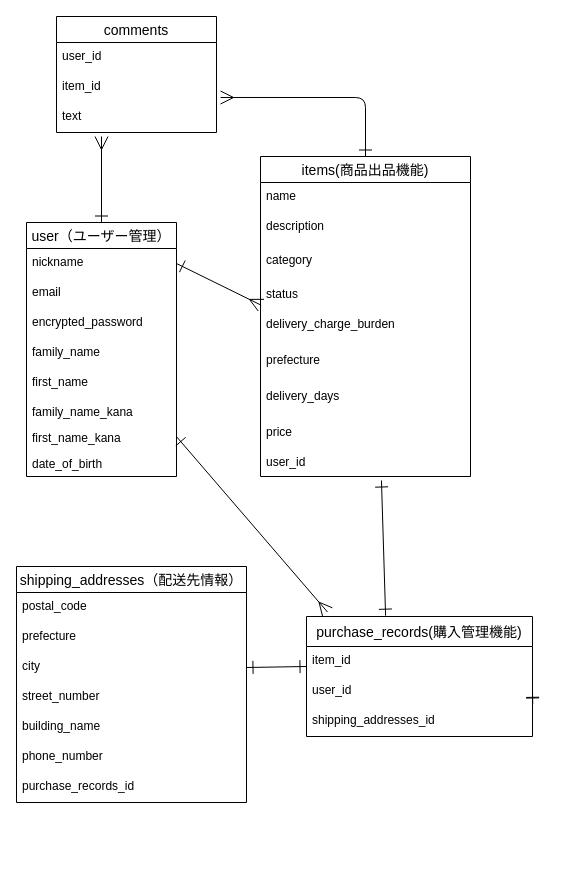
Before: datebase.dio in miho0434/furima-38262, a draw.io diagram. Source tidied: cells renumbered, new cells numbered last; positions are measured from the earlier drawing's top-left corner, leaving out a move shared by most shapes. Both pictures are drawn from the tidied source at 100%, with x=0, y=0 at pixel (16, 16).
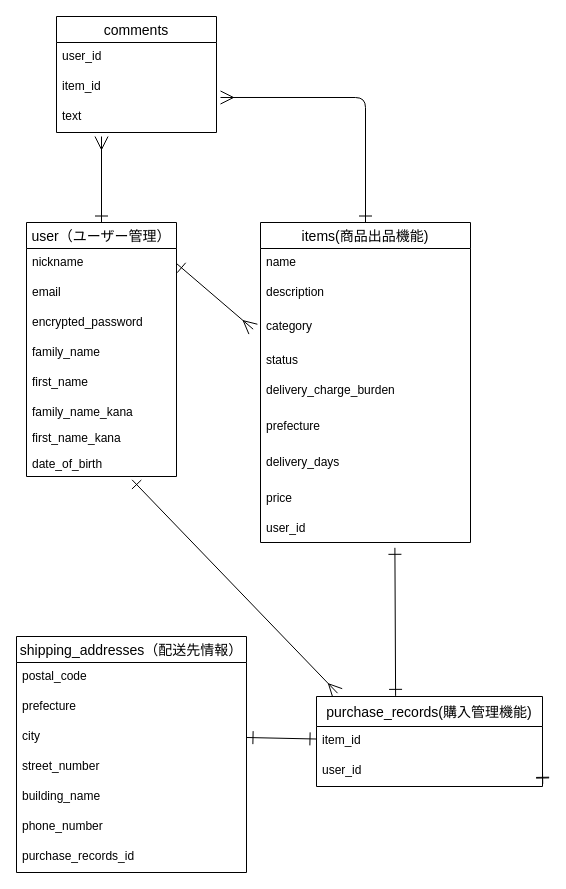
After the change.

Commit message (it also covers changes not shown here):
DB設計・修正２

Unchanged cells that the change refers to:
```xml
<mxCell id="5" value="user（ユーザー管理）" style="swimlane;fontStyle=0;horizontal=1;startSize=26;align=center;fontSize=14;" parent="1" vertex="1">
  <mxGeometry x="10" y="206" width="150" height="254" as="geometry" />
</mxCell>
<mxCell id="6" value="nickname" style="text;strokeColor=none;fillColor=none;spacingLeft=4;spacingRight=4;overflow=hidden;points=[[0,0.5],[1,0.5]];portConstraint=eastwest;fontSize=12;" parent="5" vertex="1">
  <mxGeometry y="26" width="150" height="30" as="geometry" />
</mxCell>
<mxCell id="13" value="date_of_birth" style="text;strokeColor=none;fillColor=none;spacingLeft=4;spacingRight=4;overflow=hidden;points=[[0,0.5],[1,0.5]];portConstraint=eastwest;fontSize=12;fontStyle=0;" parent="5" vertex="1">
  <mxGeometry y="228" width="150" height="26" as="geometry" />
</mxCell>
<mxCell id="19" value="category" style="text;strokeColor=none;fillColor=none;spacingLeft=4;spacingRight=4;overflow=hidden;points=[[0,0.5],[1,0.5]];portConstraint=eastwest;fontSize=12;" parent="16" vertex="1">
  <mxGeometry y="90" width="210" height="34" as="geometry" />
</mxCell>
<mxCell id="20" value="status" style="text;strokeColor=none;fillColor=none;spacingLeft=4;spacingRight=4;overflow=hidden;points=[[0,0.5],[1,0.5]];portConstraint=eastwest;fontSize=12;" parent="16" vertex="1">
  <mxGeometry y="124" width="210" height="30" as="geometry" />
</mxCell>
<mxCell id="25" value="user_id" style="text;strokeColor=none;fillColor=none;spacingLeft=4;spacingRight=4;overflow=hidden;points=[[0,0.5],[1,0.5]];portConstraint=eastwest;fontSize=12;" parent="16" vertex="1">
  <mxGeometry y="292" width="210" height="28" as="geometry" />
</mxCell>
<mxCell id="38" value="city" style="text;strokeColor=none;fillColor=none;spacingLeft=4;spacingRight=4;overflow=hidden;points=[[0,0.5],[1,0.5]];portConstraint=eastwest;fontSize=12;" parent="35" vertex="1">
  <mxGeometry y="86" width="230" height="30" as="geometry" />
</mxCell>
```

The edit, as a diff of the source:
```diff
@@
-    <mxCell id="2" style="html=1;startArrow=ERone;startFill=0;endArrow=ERmany;endFill=0;startSize=11;exitX=1;exitY=0.5;exitDx=0;exitDy=0;entryX=0.003;entryY=0.822;entryDx=0;entryDy=0;entryPerimeter=0;endSize=11;" parent="1" edge="1" source="6" target="20">
+    <mxCell id="2" style="html=1;startArrow=ERone;startFill=0;endArrow=ERmany;endFill=0;startSize=11;exitX=1;exitY=0.5;exitDx=0;exitDy=0;entryX=-0.035;entryY=0.49;entryDx=0;entryDy=0;entryPerimeter=0;endSize=11;" parent="1" edge="1" source="6" target="19">
       <mxGeometry relative="1" as="geometry" />
     </mxCell>
@@
-    <mxCell id="4" style="edgeStyle=none;html=1;entryX=0.093;entryY=-0.037;entryDx=0;entryDy=0;entryPerimeter=0;shadow=0;startArrow=ERone;startFill=0;endArrow=ERmany;endFill=0;startSize=11;endSize=11;strokeWidth=1;" parent="1" edge="1" source="5" target="26">
+    <mxCell id="4" style="edgeStyle=none;html=1;entryX=0.093;entryY=-0.037;entryDx=0;entryDy=0;entryPerimeter=0;shadow=0;startArrow=ERone;startFill=0;endArrow=ERmany;endFill=0;startSize=11;endSize=11;strokeWidth=1;exitX=0.704;exitY=1.128;exitDx=0;exitDy=0;exitPerimeter=0;" parent="1" edge="1" source="13" target="26">
       <mxGeometry relative="1" as="geometry" />
     </mxCell>
@@
-    <mxCell id="14" style="edgeStyle=none;html=1;startArrow=ERone;startFill=0;endArrow=ERone;endFill=0;entryX=0.35;entryY=-0.007;entryDx=0;entryDy=0;entryPerimeter=0;endSize=11;startSize=11;exitX=0.576;exitY=1.143;exitDx=0;exitDy=0;exitPerimeter=0;" parent="1" edge="1" source="25" target="26">
+    <mxCell id="14" style="edgeStyle=none;html=1;startArrow=ERone;startFill=0;endArrow=ERone;endFill=0;entryX=0.35;entryY=-0.007;entryDx=0;entryDy=0;entryPerimeter=0;endSize=11;startSize=11;exitX=0.64;exitY=1.19;exitDx=0;exitDy=0;exitPerimeter=0;" parent="1" edge="1" source="25" target="26">
       <mxGeometry relative="1" as="geometry" />
     </mxCell>
@@
     <mxCell id="16" value="items(商品出品機能)" style="swimlane;fontStyle=0;horizontal=1;startSize=26;align=center;fontSize=14;" parent="1" vertex="1">
-      <mxGeometry x="244" y="140" width="210" height="320" as="geometry" />
+      <mxGeometry x="244" y="206" width="210" height="320" as="geometry" />
     </mxCell>
@@
     <mxCell id="26" value="purchase_records(購入管理機能)" style="swimlane;fontStyle=0;horizontal=1;startSize=30;align=center;fontSize=14;" parent="1" vertex="1">
-      <mxGeometry x="290" y="600" width="226" height="120" as="geometry" />
+      <mxGeometry x="300" y="680" width="226" height="90" as="geometry" />
     </mxCell>
@@
-    <mxCell id="30" value="shipping_addresses_id&#10;" style="text;strokeColor=none;fillColor=none;spacingLeft=4;spacingRight=4;overflow=hidden;fontSize=12;" parent="26" vertex="1">
-      <mxGeometry y="90" width="226" height="30" as="geometry" />
-    </mxCell>
@@
     <mxCell id="35" value="shipping_addresses（配送先情報）" style="swimlane;fontStyle=0;horizontal=1;startSize=26;align=center;fontSize=14;" parent="1" vertex="1">
-      <mxGeometry y="550" width="230" height="236" as="geometry" />
+      <mxGeometry y="620" width="230" height="236" as="geometry" />
     </mxCell>
@@
-    <mxCell id="43" style="edgeStyle=none;html=1;shadow=0;startArrow=ERone;startFill=0;endArrow=ERone;endFill=0;startSize=11;endSize=11;strokeWidth=1;exitX=1;exitY=0.5;exitDx=0;exitDy=0;" parent="1" edge="1" source="38">
-      <mxGeometry relative="1" as="geometry">
-        <mxPoint x="290" y="650" as="targetPoint" />
-      </mxGeometry>
+    <mxCell id="43" style="edgeStyle=none;html=1;shadow=0;startArrow=ERone;startFill=0;endArrow=ERone;endFill=0;startSize=11;endSize=11;strokeWidth=1;exitX=1;exitY=0.5;exitDx=0;exitDy=0;" parent="1" edge="1" source="38" target="26">
+      <mxGeometry relative="1" as="geometry" />
     </mxCell>
```
